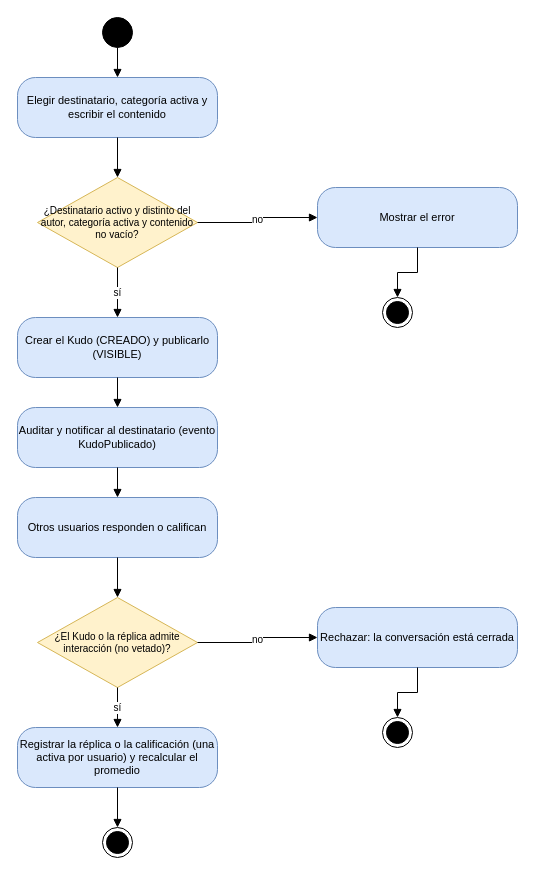
The draw.io diagram page "Publicar un Kudo y conversar" (3 of 3) of documentacion/fuentes/diagramas-actividad.drawio in JaiderSoto07/kudos-backend, before the edit. Source tidied: cells renumbered, new cells numbered last; positions are measured from the earlier drawing's top-left corner, leaving out a move shared by most shapes. Both pictures are drawn from the tidied source at 100%, with x=0, y=0 at pixel (17, 17).
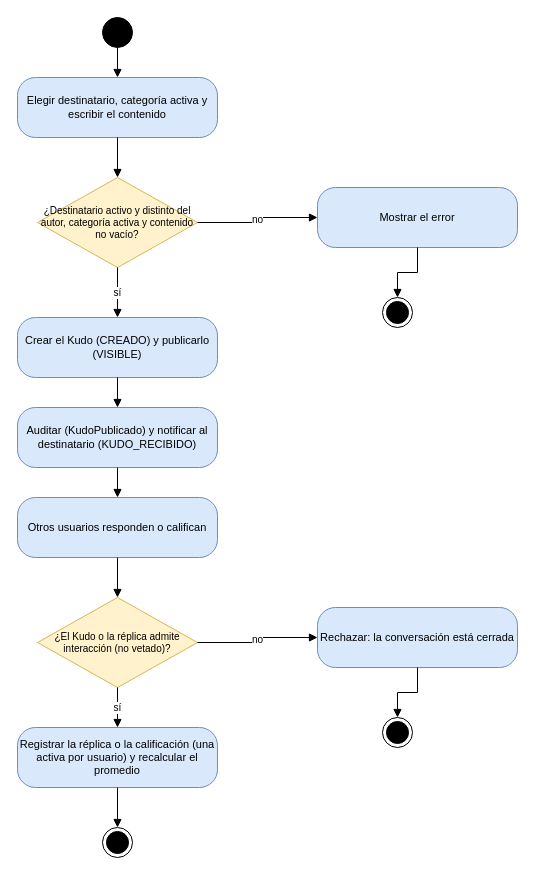
After the change.

Change to the diagram source:
```diff
@@
-    <mxCell id="7" value="Auditar y notificar al destinatario (evento KudoPublicado)" style="rounded=1;whiteSpace=wrap;html=1;arcSize=30;fillColor=#dae8fc;strokeColor=#6c8ebf;fontSize=11;" parent="1" vertex="1">
+    <mxCell id="7" value="Auditar (KudoPublicado) y notificar al destinatario (KUDO_RECIBIDO)" style="rounded=1;whiteSpace=wrap;html=1;arcSize=30;fillColor=#dae8fc;strokeColor=#6c8ebf;fontSize=11;" parent="1" vertex="1">
       <mxGeometry y="390" width="200" height="60" as="geometry" />
     </mxCell>
```
